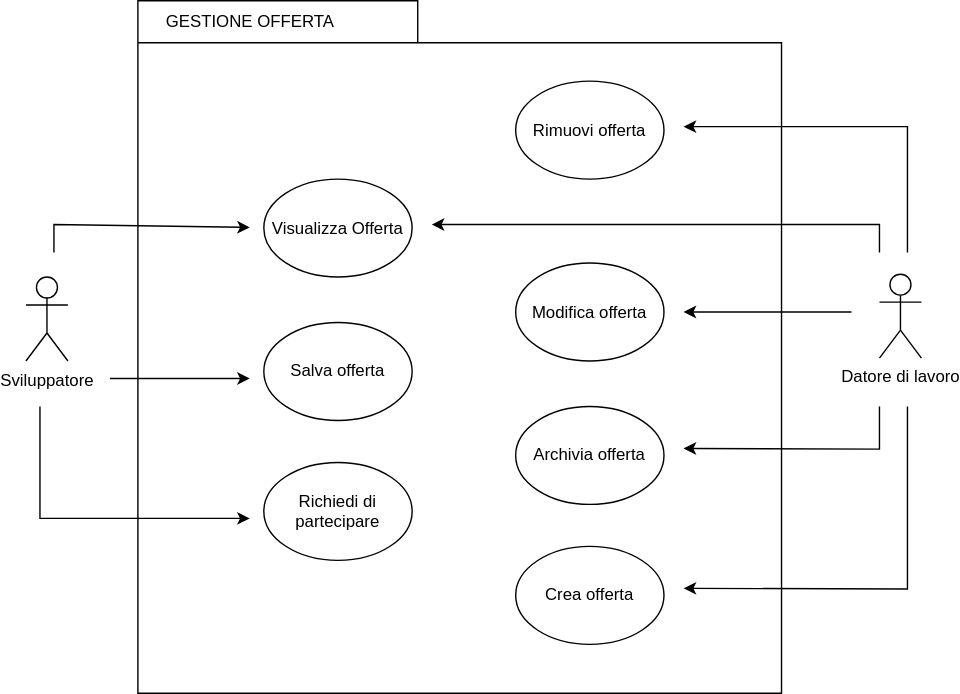
Before: Documentazione/Requirement_Analysis_Document/Use_Case_Diagram/UCD_GO.svg, a diagram exported from draw.io (JacopoPassariello/TuringCareers). Source tidied: cells renumbered, new cells last; positions are measured from the earlier drawing's top-left corner, leaving out a move shared by most shapes.
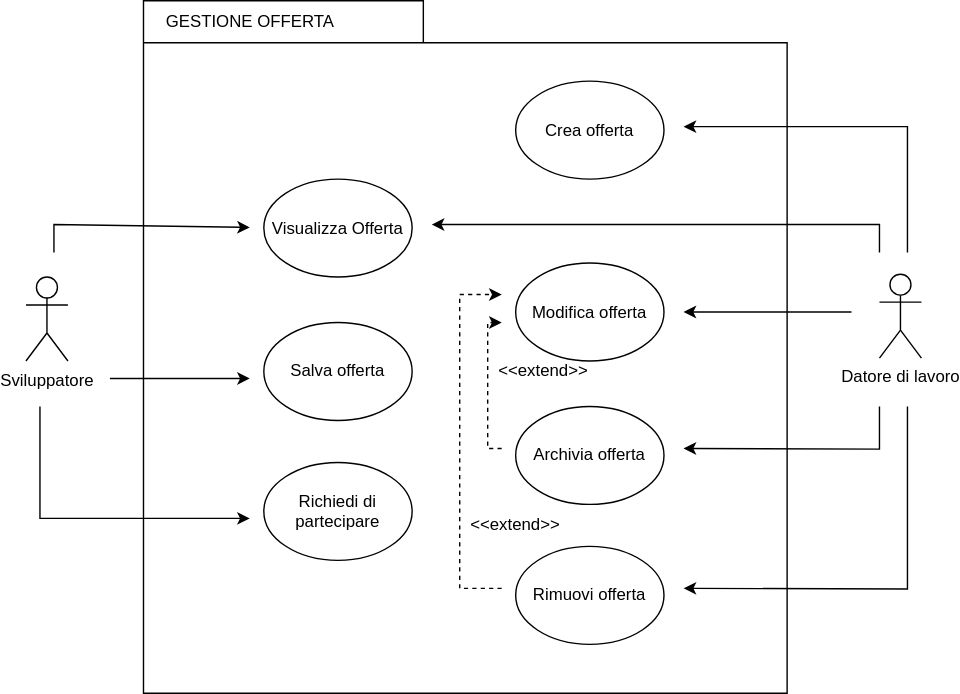
Later version of the same file.

Diff of the diagram source:
```diff
@@ -3,7 +3,7 @@
     <mxCell id="0" />
     <mxCell id="1" parent="0" />
     <mxCell id="2" style="shape=folder;fontStyle=1;tabWidth=200;tabHeight=30;tabPosition=left;html=1;boundedLbl=1;whiteSpace=wrap;" parent="1" vertex="1">
-      <mxGeometry x="80" width="460" height="495" as="geometry" />
+      <mxGeometry x="84" width="460" height="495" as="geometry" />
     </mxCell>
     <mxCell id="3" value="Datore di lavoro" style="shape=umlActor;verticalLabelPosition=bottom;verticalAlign=top;html=1;" parent="1" vertex="1">
       <mxGeometry x="610" y="195.5" width="30" height="60" as="geometry" />
@@ -12,7 +12,7 @@
       <mxGeometry x="90" width="140" height="30" as="geometry" />
     </mxCell>
     <mxCell id="5" value="Crea offerta" style="ellipse;whiteSpace=wrap;html=1;" parent="1" vertex="1">
-      <mxGeometry x="350" y="390" width="106" height="70" as="geometry" />
+      <mxGeometry x="350" y="57.5" width="106" height="70" as="geometry" />
     </mxCell>
     <mxCell id="6" value="Visualizza Offerta" style="ellipse;whiteSpace=wrap;html=1;" parent="1" vertex="1">
       <mxGeometry x="170" y="127.5" width="106" height="70" as="geometry" />
@@ -33,7 +33,7 @@
       </mxGeometry>
     </mxCell>
     <mxCell id="10" value="Rimuovi offerta" style="ellipse;whiteSpace=wrap;html=1;" parent="1" vertex="1">
-      <mxGeometry x="350" y="57.5" width="106" height="70" as="geometry" />
+      <mxGeometry x="350" y="390" width="106" height="70" as="geometry" />
     </mxCell>
     <mxCell id="11" style="endArrow=classic;html=1;rounded=0;" parent="1" edge="1">
       <mxGeometry relative="1" as="geometry">
@@ -104,5 +104,31 @@
         </Array>
       </mxGeometry>
     </mxCell>
+    <mxCell id="21" style="endArrow=classic;dashed=1;html=1;rounded=0;endFill=1;" parent="1" edge="1">
+      <mxGeometry relative="1" as="geometry">
+        <mxPoint x="340" y="420" as="sourcePoint" />
+        <mxPoint x="340" y="210" as="targetPoint" />
+        <Array as="points">
+          <mxPoint x="310" y="420" />
+          <mxPoint x="310" y="210" />
+        </Array>
+      </mxGeometry>
+    </mxCell>
+    <mxCell id="22" style="endArrow=classic;dashed=1;html=1;rounded=0;endFill=1;" parent="1" edge="1">
+      <mxGeometry relative="1" as="geometry">
+        <mxPoint x="340" y="320" as="sourcePoint" />
+        <mxPoint x="340" y="230" as="targetPoint" />
+        <Array as="points">
+          <mxPoint x="330" y="320" />
+          <mxPoint x="330" y="230" />
+        </Array>
+      </mxGeometry>
+    </mxCell>
+    <mxCell id="23" value="&amp;lt;&amp;lt;extend&amp;gt;&amp;gt;" style="text;html=1;strokeColor=none;fillColor=none;align=center;verticalAlign=middle;whiteSpace=wrap;rounded=0;" parent="1" vertex="1">
+      <mxGeometry x="340" y="250" width="60" height="30" as="geometry" />
+    </mxCell>
+    <mxCell id="24" value="&amp;lt;&amp;lt;extend&amp;gt;&amp;gt;" style="text;html=1;strokeColor=none;fillColor=none;align=center;verticalAlign=middle;whiteSpace=wrap;rounded=0;" parent="1" vertex="1">
+      <mxGeometry x="320" y="360" width="60" height="30" as="geometry" />
+    </mxCell>
   </root>
 </mxGraphModel>
```
